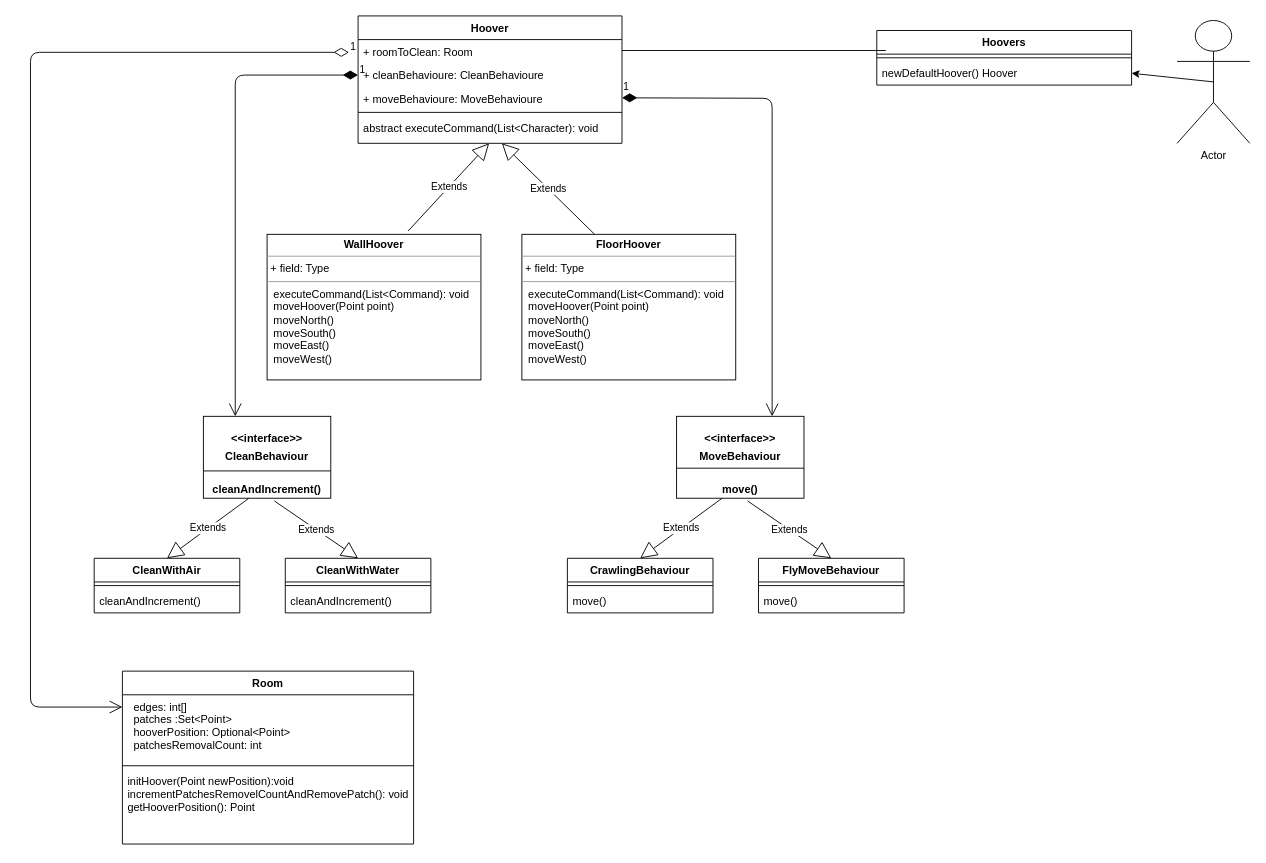
nsit-vinod/robotic-hoover keeps this draw.io diagram as HooverUMLDiagram.drawio. Above is the earlier version. Source tidied: cells renumbered, new cells numbered last; positions are measured from the earlier drawing's top-left corner, leaving out a move shared by most shapes. Both pictures are drawn from the tidied source at 91%, with x=0, y=0 at pixel (30, 15).
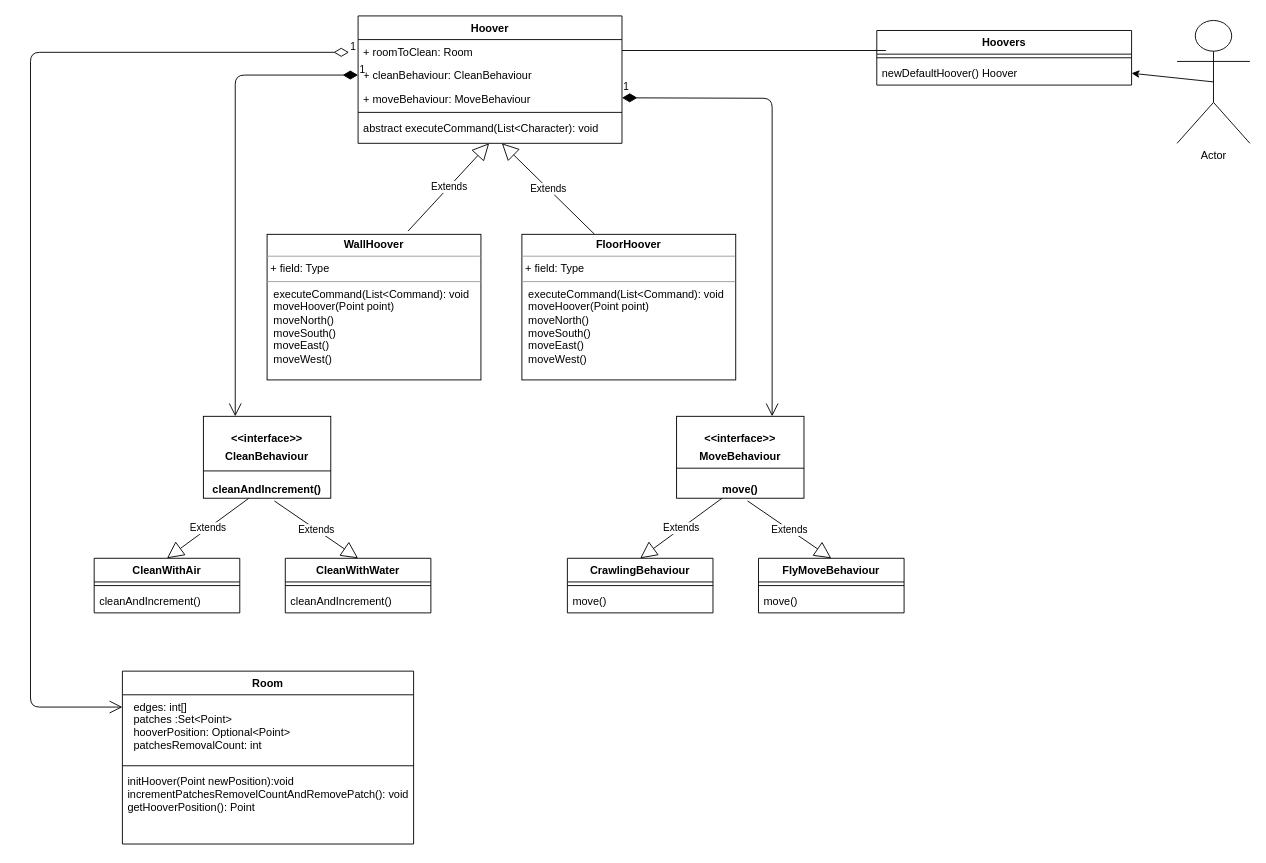
Above is the later version.

The change refers to these unchanged cells:
```xml
<mxCell id="2" value="Hoover" style="swimlane;fontStyle=1;align=center;verticalAlign=top;horizontal=1;startSize=26;" parent="1" vertex="1">
  <mxGeometry x="360" width="290" height="140" as="geometry" />
</mxCell>
```

Diff of the diagram source:
```diff
@@
-    <mxCell id="4" value="+ cleanBehavioure: CleanBehavioure" style="text;strokeColor=none;fillColor=none;align=left;verticalAlign=top;spacingLeft=4;spacingRight=4;overflow=hidden;points=[[0,0.5],[1,0.5]];portConstraint=eastwest;" parent="2" vertex="1">
+    <mxCell id="4" value="+ cleanBehaviour: CleanBehaviour" style="text;strokeColor=none;fillColor=none;align=left;verticalAlign=top;spacingLeft=4;spacingRight=4;overflow=hidden;points=[[0,0.5],[1,0.5]];portConstraint=eastwest;" parent="2" vertex="1">
       <mxGeometry y="52" width="290" height="26" as="geometry" />
     </mxCell>
-    <mxCell id="5" value="+ moveBehavioure: MoveBehavioure" style="text;strokeColor=none;fillColor=none;align=left;verticalAlign=top;spacingLeft=4;spacingRight=4;overflow=hidden;" parent="2" vertex="1">
+    <mxCell id="5" value="+ moveBehaviour: MoveBehaviour" style="text;strokeColor=none;fillColor=none;align=left;verticalAlign=top;spacingLeft=4;spacingRight=4;overflow=hidden;" parent="2" vertex="1">
       <mxGeometry y="78" width="290" height="24" as="geometry" />
     </mxCell>
```
